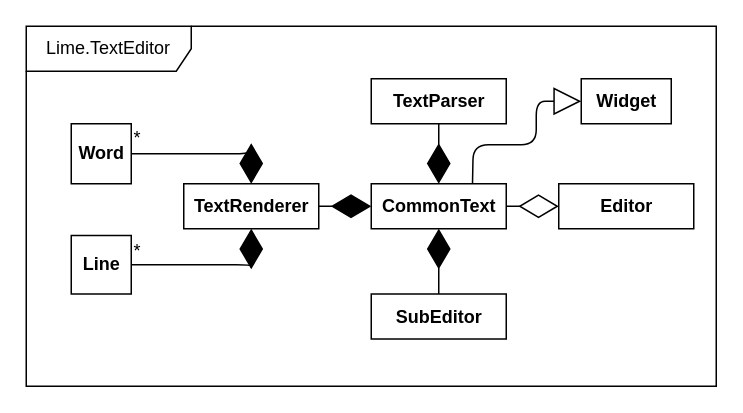
Above: diagrams/EditorScheme.drawio in kutselabskii/diploma (draw.io), before the change. Source tidied: cells renumbered, new cells numbered last; positions are measured from the earlier drawing's top-left corner, leaving out a move shared by most shapes. Both pictures are drawn from the tidied source at 150%, with x=0, y=0 at pixel (26, 26).
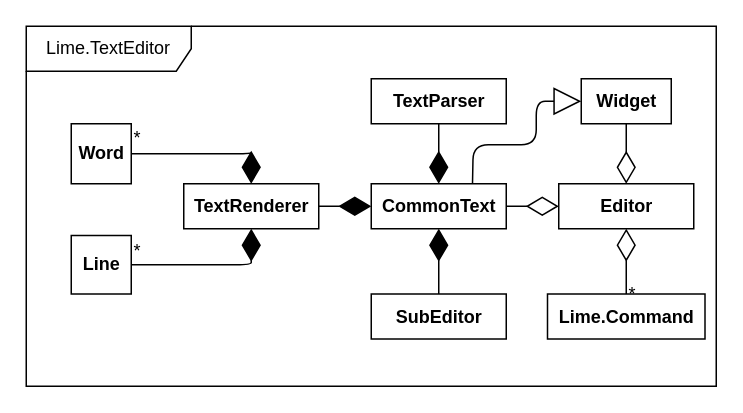
Above is the later version.

The change refers to these unchanged cells:
```xml
<mxCell id="3" value="&lt;b&gt;Word&lt;/b&gt;" style="html=1;" parent="1" vertex="1">
  <mxGeometry x="30" y="65" width="40" height="40" as="geometry" />
</mxCell>
<mxCell id="4" value="&lt;b&gt;Line&lt;/b&gt;" style="html=1;" parent="1" vertex="1">
  <mxGeometry x="30" y="139.5" width="40" height="39" as="geometry" />
</mxCell>
<mxCell id="5" value="&lt;b&gt;TextRenderer&lt;/b&gt;" style="html=1;" parent="1" vertex="1">
  <mxGeometry x="105" y="105" width="90" height="30" as="geometry" />
</mxCell>
<mxCell id="10" value="&lt;b&gt;CommonText&lt;/b&gt;" style="html=1;" parent="1" vertex="1">
  <mxGeometry x="230" y="105" width="90" height="30" as="geometry" />
</mxCell>
<mxCell id="11" value="&lt;b&gt;TextParser&lt;/b&gt;" style="html=1;" parent="1" vertex="1">
  <mxGeometry x="230" y="35" width="90" height="30" as="geometry" />
</mxCell>
<mxCell id="14" value="&lt;b&gt;SubEditor&lt;/b&gt;" style="html=1;" parent="1" vertex="1">
  <mxGeometry x="230" y="178.5" width="90" height="30" as="geometry" />
</mxCell>
<mxCell id="16" value="&lt;b&gt;Editor&lt;/b&gt;" style="html=1;" parent="1" vertex="1">
  <mxGeometry x="355" y="105" width="90" height="30" as="geometry" />
</mxCell>
```

Diff of the diagram source:
```diff
@@
-    <mxCell id="6" style="endArrow=diamondThin;endFill=1;endSize=24;html=1;entryX=0.5;entryY=1;entryDx=0;entryDy=0;exitX=1;exitY=0.5;exitDx=0;exitDy=0;" parent="1" edge="1" source="4" target="5">
+    <mxCell id="6" style="endArrow=diamondThin;endFill=1;endSize=19;html=1;entryX=0.5;entryY=1;entryDx=0;entryDy=0;exitX=1;exitY=0.5;exitDx=0;exitDy=0;" parent="1" edge="1" source="4" target="5">
       <mxGeometry relative="1" as="geometry">
         <Array as="points">
           <mxPoint x="150" y="159" />
         </Array>
       </mxGeometry>
     </mxCell>
-    <mxCell id="7" style="endArrow=diamondThin;endFill=1;endSize=24;html=1;entryX=0.5;entryY=0;entryDx=0;entryDy=0;exitX=1;exitY=0.5;exitDx=0;exitDy=0;" parent="1" edge="1" source="3" target="5">
+    <mxCell id="7" style="endArrow=diamondThin;endFill=1;endSize=19;html=1;entryX=0.5;entryY=0;entryDx=0;entryDy=0;exitX=1;exitY=0.5;exitDx=0;exitDy=0;" parent="1" edge="1" source="3" target="5">
       <mxGeometry relative="1" as="geometry">
         <Array as="points">
           <mxPoint x="150" y="85" />
         </Array>
       </mxGeometry>
     </mxCell>
@@
-    <mxCell id="12" style="endArrow=diamondThin;endFill=1;endSize=24;html=1;entryX=0.5;entryY=0;entryDx=0;entryDy=0;exitX=0.5;exitY=1;exitDx=0;exitDy=0;" parent="1" edge="1" source="11" target="10">
+    <mxCell id="12" style="endArrow=diamondThin;endFill=1;endSize=19;html=1;entryX=0.5;entryY=0;entryDx=0;entryDy=0;exitX=0.5;exitY=1;exitDx=0;exitDy=0;" parent="1" edge="1" source="11" target="10">
       <mxGeometry relative="1" as="geometry" />
     </mxCell>
-    <mxCell id="13" style="endArrow=diamondThin;endFill=1;endSize=24;html=1;entryX=0.5;entryY=1;entryDx=0;entryDy=0;exitX=0.5;exitY=0;exitDx=0;exitDy=0;" parent="1" edge="1" source="14" target="10">
+    <mxCell id="13" style="endArrow=diamondThin;endFill=1;endSize=19;html=1;entryX=0.5;entryY=1;entryDx=0;entryDy=0;exitX=0.5;exitY=0;exitDx=0;exitDy=0;" parent="1" edge="1" source="14" target="10">
       <mxGeometry relative="1" as="geometry" />
     </mxCell>
@@
-    <mxCell id="15" style="endArrow=diamondThin;endFill=1;endSize=24;html=1;entryX=0;entryY=0.5;entryDx=0;entryDy=0;exitX=1;exitY=0.5;exitDx=0;exitDy=0;" parent="1" edge="1" source="5" target="10">
+    <mxCell id="15" style="endArrow=diamondThin;endFill=1;endSize=19;html=1;entryX=0;entryY=0.5;entryDx=0;entryDy=0;exitX=1;exitY=0.5;exitDx=0;exitDy=0;" parent="1" edge="1" source="5" target="10">
       <mxGeometry relative="1" as="geometry" />
     </mxCell>
@@
-    <mxCell id="17" style="endArrow=diamondThin;endFill=0;endSize=24;html=1;entryX=0;entryY=0.5;entryDx=0;entryDy=0;exitX=1;exitY=0.5;exitDx=0;exitDy=0;" parent="1" edge="1" source="10" target="16">
+    <mxCell id="17" style="endArrow=diamondThin;endFill=0;endSize=19;html=1;entryX=0;entryY=0.5;entryDx=0;entryDy=0;exitX=1;exitY=0.5;exitDx=0;exitDy=0;" parent="1" edge="1" source="10" target="16">
       <mxGeometry relative="1" as="geometry" />
     </mxCell>
@@
+    <mxCell id="20" style="endArrow=diamondThin;endFill=0;endSize=19;html=1;entryX=0.5;entryY=0;entryDx=0;entryDy=0;" parent="1" edge="1" target="16">
+      <mxGeometry relative="1" as="geometry">
+        <mxPoint x="400" y="65" as="sourcePoint" />
+      </mxGeometry>
+    </mxCell>
+    <mxCell id="21" value="&lt;b&gt;Lime.Command&lt;/b&gt;" style="html=1;" parent="1" vertex="1">
+      <mxGeometry x="347.5" y="178.5" width="105" height="30" as="geometry" />
+    </mxCell>
+    <mxCell id="22" style="endArrow=diamondThin;endFill=0;endSize=19;html=1;entryX=0.5;entryY=1;entryDx=0;entryDy=0;exitX=0.5;exitY=0;exitDx=0;exitDy=0;" parent="1" edge="1" source="21" target="16">
+      <mxGeometry relative="1" as="geometry" />
+    </mxCell>
+    <mxCell id="23" value="*" style="text;html=1;align=left;verticalAlign=top;spacingTop=-4;" parent="1" vertex="1">
+      <mxGeometry x="400" y="168.5" width="20" height="20" as="geometry" />
+    </mxCell>
```
